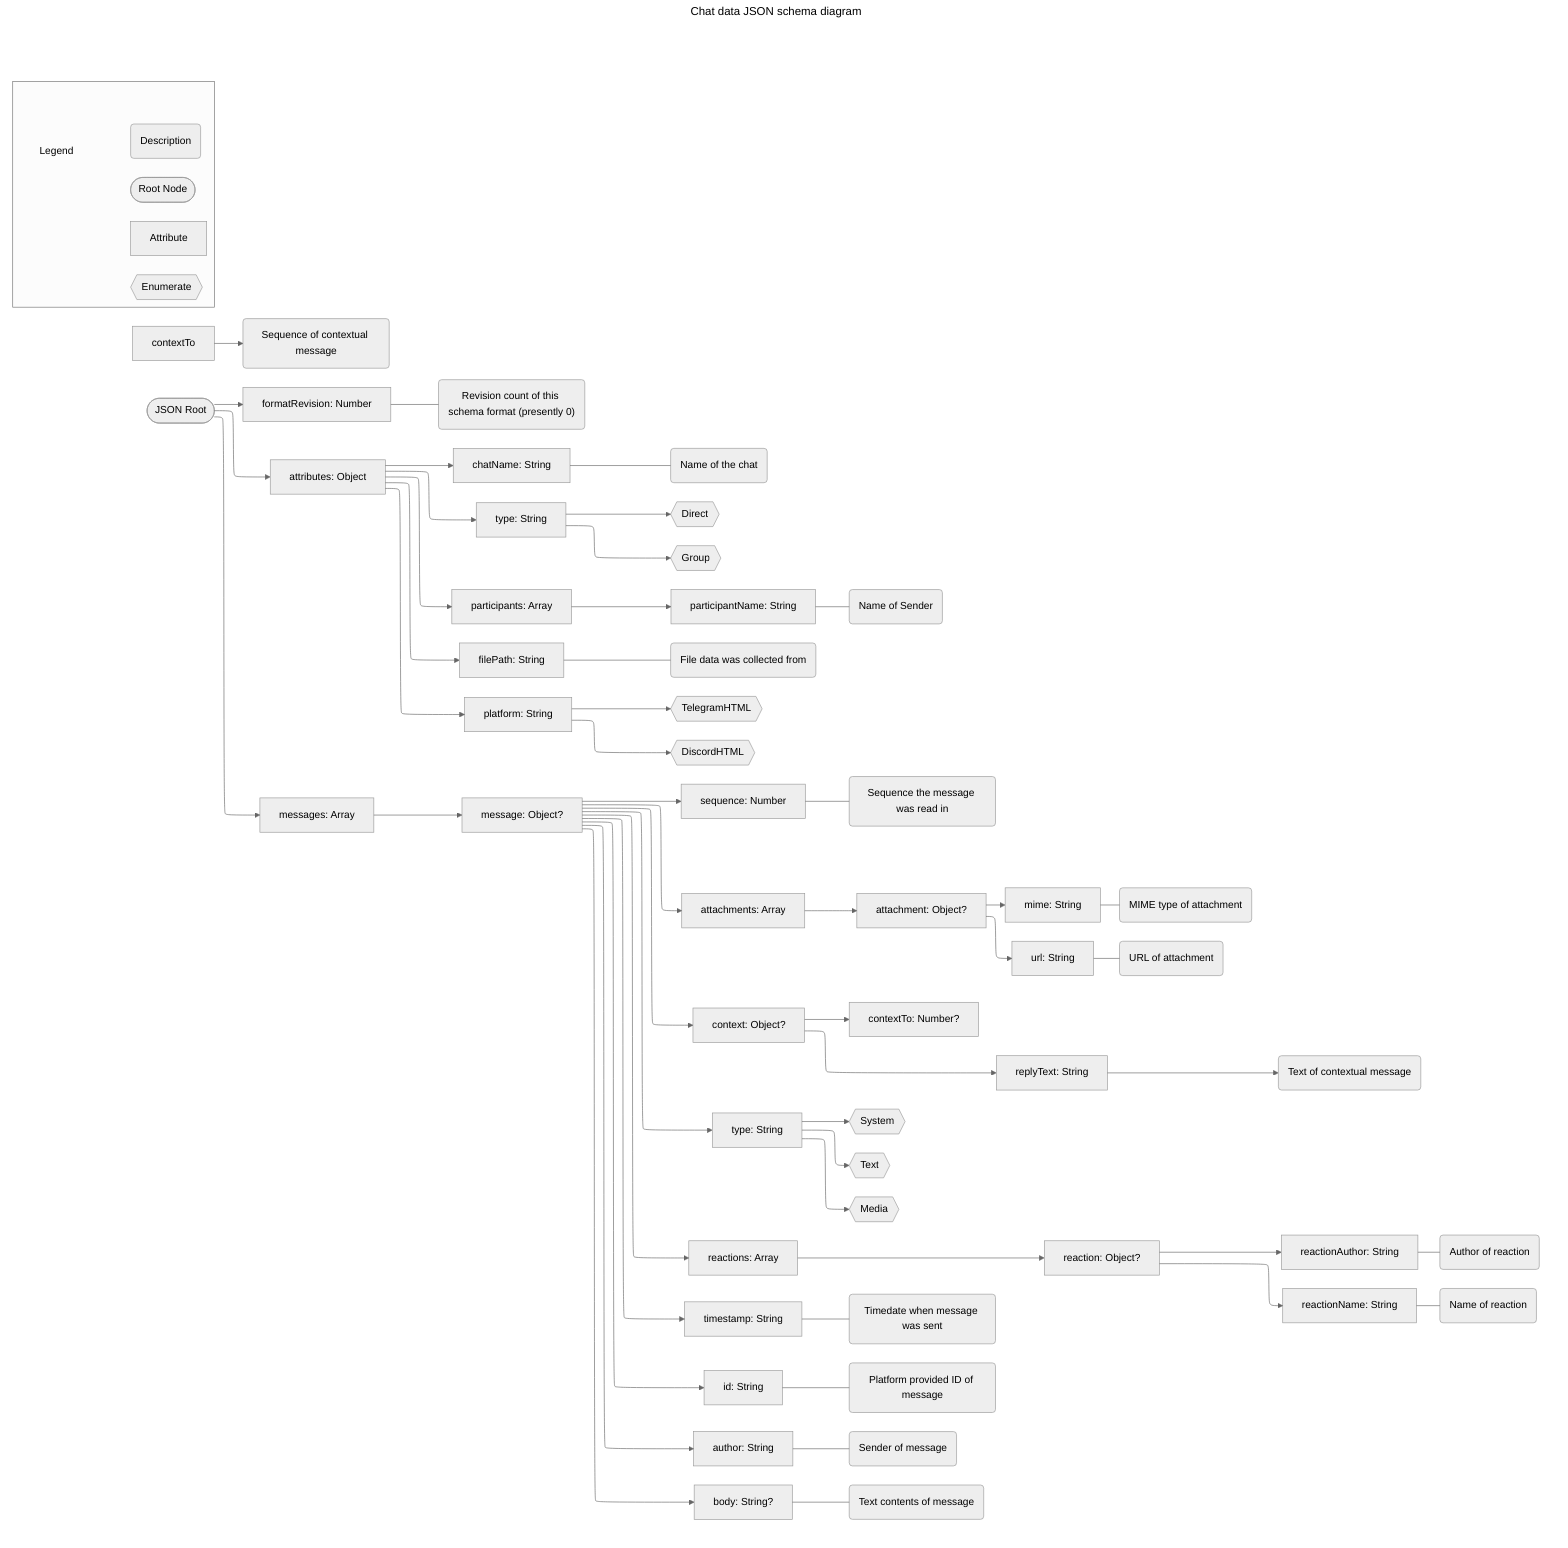
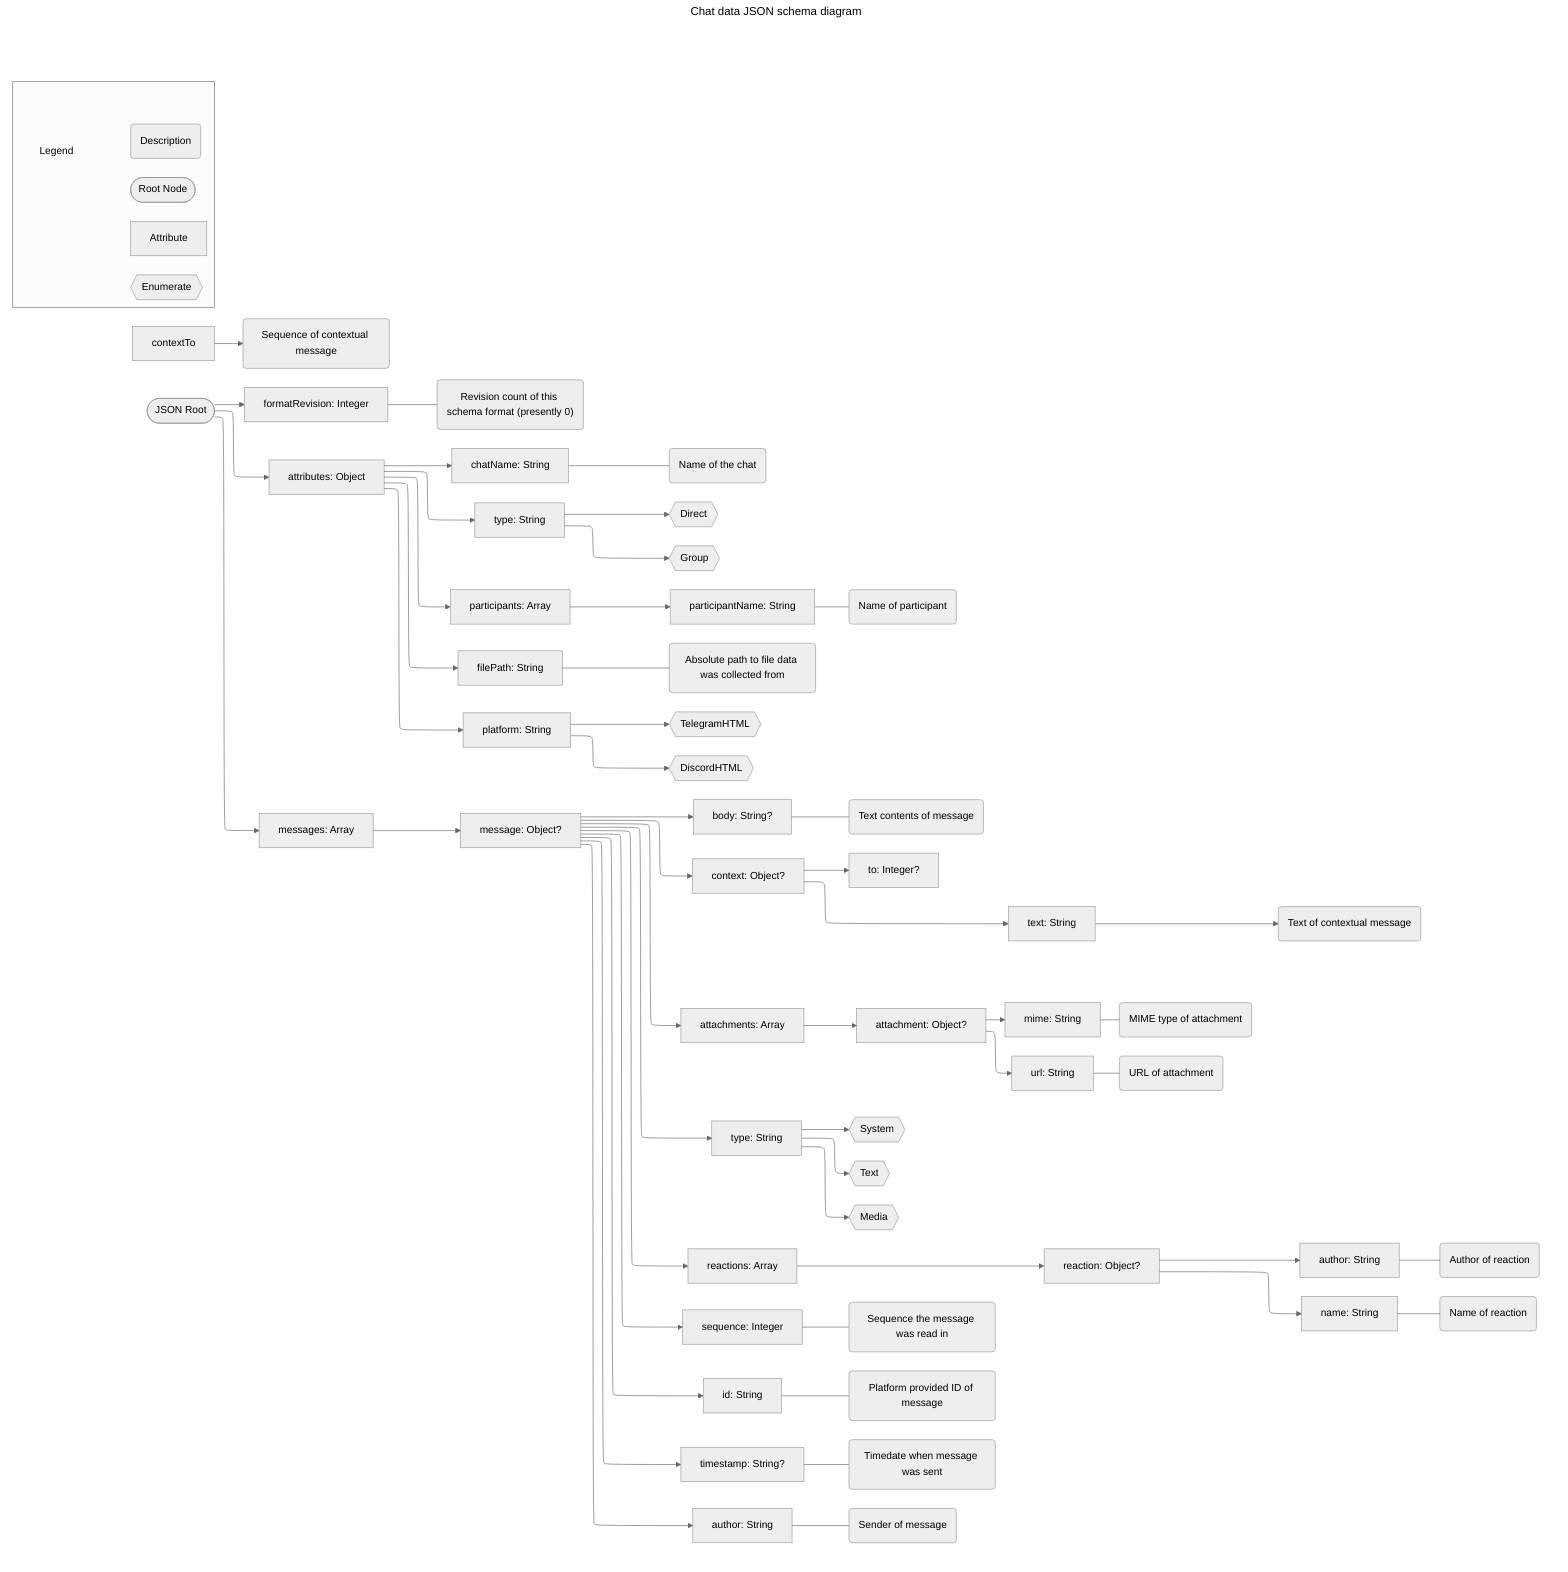
---
title: Chat data JSON schema diagram
config:
  layout: elk
  theme: neutral
---

flowchart LR
    subgraph main[ ]
        style main fill:none,stroke:none,color:#777
-         JSON([JSON Root]) --> formatRevision["formatRevision: Number"]
+         JSON([JSON Root]) --> formatRevision["formatRevision: Integer"]
            formatRevision --- formatRevision1("Revision count of this schema format (presently 0)")
        JSON([JSON Root]) --> attributes["attributes: Object"]
            attributes --> platform["platform: String"]
                platform --> platform1{{"TelegramHTML"}}
                platform --> platform2{{"DiscordHTML"}}
            attributes --> chatName["chatName: String"]
                chatName --- chatName1("Name of the chat")
            attributes --> mainJsonType["type: String"]
                mainJsonType --> mainJsonType1{{"Direct"}}
                mainJsonType --> mainJsonType2{{"Group"}}
            attributes --> participants["participants: Array"]
                participants --> participantName["participantName: String"]
-                     participantName --- participantName1("Name of Sender")
+                     participantName --- participantName1("Name of participant")
            attributes --> filePath["filePath: String"]
-                 filePath --- filePath1("File data was collected from")
+                 filePath --- filePath1("Absolute path to file data was collected from")
        JSON --> messages["messages: Array"]
            messages --> message["message: Object?"]
                message --> id["id: String"]
                    id --- id1("Platform provided ID of message")
-                 message --> timestamp["timestamp: String"]
+                 message --> sequence["sequence: Integer"]
+                     sequence --- sequence1("Sequence the message was read in")
+                 message --> timestamp["timestamp: String?"]
                    timestamp --- timestamp1("Timedate when message was sent")
-                 message --> author["author: String"]
-                     author --- author1("Sender of message")
                message --> messageType["type: String"]
                    messageType --> type1{{"Text"}}
                    messageType --> type2{{"Media"}}
                    messageType --> type3{{"System"}}
+                 message --> author["author: String"]
+                     author --- author1("Sender of message")
                message --> body["body: String?"]
                    body --- body1("Text contents of message")
                message --> context["context: Object?"]
-                     context -->contextyTo["contextTo: Number?"]
+                     context -->contextyTo["to: Integer?"]
                        contextTo --> contextTo1("Sequence of contextual message")
-                     context --> contextText["replyText: String"]
+                     context --> contextText["text: String"]
                        contextText --> contextText1("Text of contextual message")
-                 message --> sequence["sequence: Number"]
-                     sequence --- sequence1("Sequence the message was read in")
                message --> attachments["attachments: Array"]
                    subgraph attachmentsSubgraph[ ]
                        style attachmentsSubgraph fill:none,stroke:none
                        attachment --> attachmentMime["mime: String"]
                            attachmentMime --- attachmentMime1("MIME type of attachment")
                        attachment --> attachmentUrl["url: String"]
                            attachmentUrl --- attachmentUrl1("URL of attachment")
                    end
                    attachments --> attachment["attachment: Object?"]
                message --> reactions["reactions: Array"]
                    reactions --> reaction["reaction: Object?"]
-                         reaction --> reactionName["reactionName: String"]
+                         reaction --> reactionName["name: String"]
                            reactionName --- reactionName1("Name of reaction")
-                         reaction --> reactionAuthor["reactionAuthor: String"]
+                         reaction --> reactionAuthor["author: String"]
                            reactionAuthor --- reactionAuthor1("Author of reaction")

        subgraph legend[ ]
            subroot["Legend"]
                style subroot fill:none,stroke:none
                subroot ~~~ root([Root Node])
                subroot ~~~ attribute["Attribute"]
                subroot ~~~ description("Description")
                subroot ~~~ enum{{"Enumerate"}}
        end
    end
